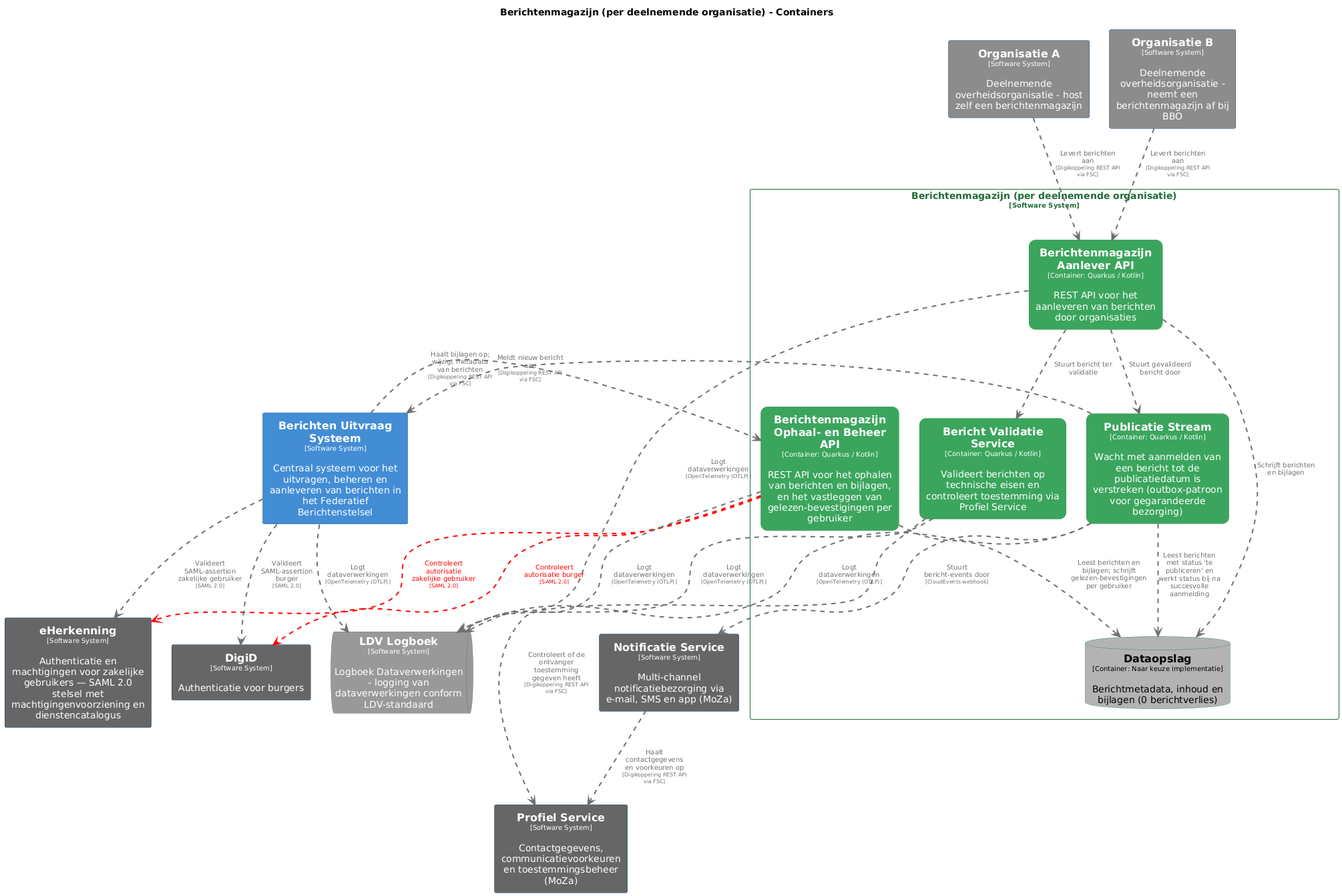
The PlantUML diagram pr-preview/pr-22/master/png/BerichtenmagazijnContainers.png in MinBZK/moza-poc-fbs-berichtenbox, before a commit.
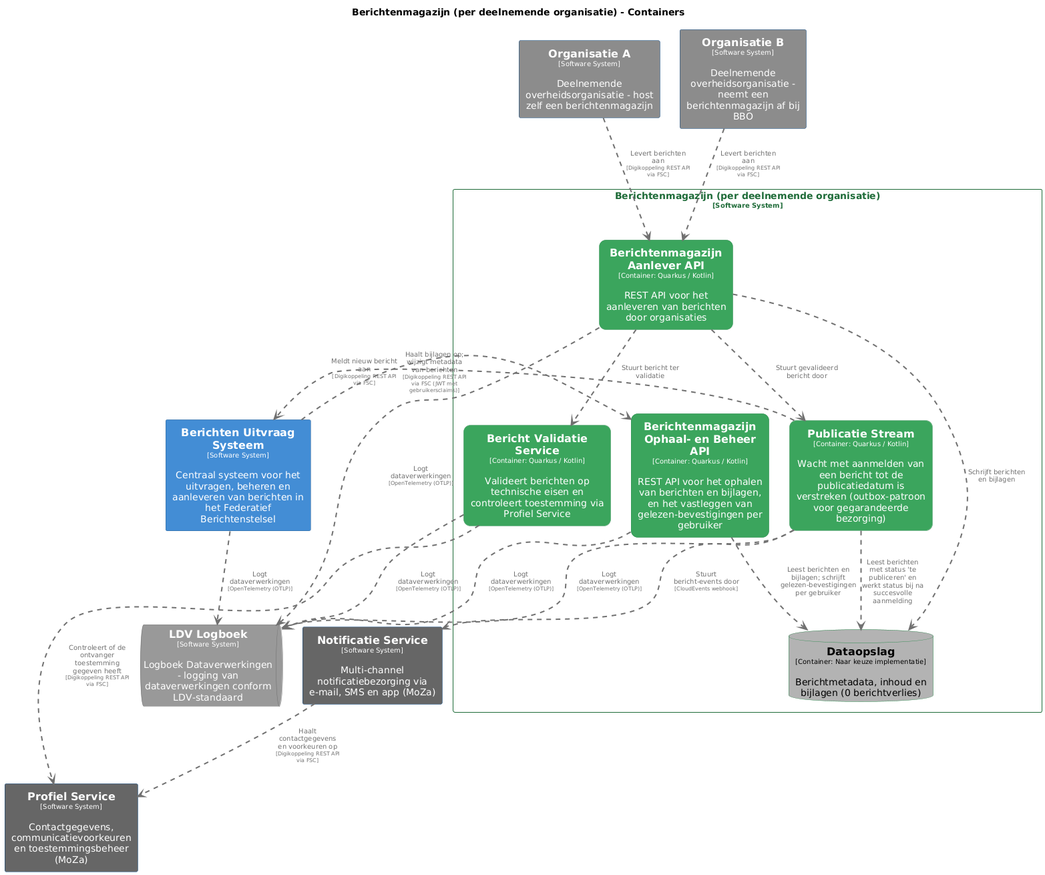
After the change.

Diff of the diagram source:
```diff
@@ -48,12 +48,6 @@
   BorderColor #2d8a4e
   shadowing false
 }
-skinparam rectangle<<DigiD>> {
-  BackgroundColor #666666
-  FontColor #ffffff
-  BorderColor #0b4884
-  shadowing false
-}
 skinparam queue<<LDVLogboek>> {
   BackgroundColor #999999
   FontColor #ffffff
@@ -91,12 +85,6 @@
   roundCorner 20
   shadowing false
 }
-skinparam rectangle<<eHerkenning>> {
-  BackgroundColor #666666
-  FontColor #ffffff
-  BorderColor #0b4884
-  shadowing false
-}
 skinparam rectangle<<Berichtenmagazijnperdeelnemendeorganisatie>> {
   BorderColor #1e6b38
   FontColor #1e6b38
@@ -105,8 +93,6 @@
 
 rectangle "==Profiel Service\n<size:10>[Software System]</size>\n\nContactgegevens, communicatievoorkeuren en toestemmingsbeheer (MoZa)" <<ProfielService>> as ProfielService
 rectangle "==Notificatie Service\n<size:10>[Software System]</size>\n\nMulti-channel notificatiebezorging via e-mail, SMS en app (MoZa)" <<NotificatieService>> as NotificatieService
-rectangle "==eHerkenning\n<size:10>[Software System]</size>\n\nAuthenticatie en machtigingen voor zakelijke gebruikers — SAML 2.0 stelsel met machtigingenvoorziening en dienstencatalogus" <<eHerkenning>> as eHerkenning
-rectangle "==DigiD\n<size:10>[Software System]</size>\n\nAuthenticatie voor burgers" <<DigiD>> as DigiD
 rectangle "==Organisatie A\n<size:10>[Software System]</size>\n\nDeelnemende overheidsorganisatie - host zelf een berichtenmagazijn" <<OrganisatieA>> as OrganisatieA
 rectangle "==Organisatie B\n<size:10>[Software System]</size>\n\nDeelnemende overheidsorganisatie - neemt een berichtenmagazijn af bij BBO" <<OrganisatieB>> as OrganisatieB
 rectangle "==Berichten Uitvraag Systeem\n<size:10>[Software System]</size>\n\nCentraal systeem voor het uitvragen, beheren en aanleveren van berichten in het Federatief Berichtenstelsel" <<BerichtenUitvraagSysteem>> as BerichtenUitvraagSysteem
@@ -120,8 +106,6 @@
   rectangle "==Publicatie Stream\n<size:10>[Container: Quarkus / Kotlin]</size>\n\nWacht met aanmelden van een bericht tot de publicatiedatum is verstreken (outbox-patroon voor gegarandeerde bezorging)" <<Berichtenmagazijnperdeelnemendeorganisatie.PublicatieStream>> as Berichtenmagazijnperdeelnemendeorganisatie.PublicatieStream
 }
 
-Berichtenmagazijnperdeelnemendeorganisatie.BerichtenmagazijnOphaalenBeheerAPI .[#ff0000,thickness=2].> eHerkenning : "<color:#ff0000>Controleert autorisatie zakelijke gebruiker\n<color:#ff0000><size:8>[SAML 2.0]</size>"
-Berichtenmagazijnperdeelnemendeorganisatie.BerichtenmagazijnOphaalenBeheerAPI .[#ff0000,thickness=2].> DigiD : "<color:#ff0000>Controleert autorisatie burger\n<color:#ff0000><size:8>[SAML 2.0]</size>"
 Berichtenmagazijnperdeelnemendeorganisatie.BerichtenmagazijnOphaalenBeheerAPI .[#707070,thickness=2].> LDVLogboek : "<color:#707070>Logt dataverwerkingen\n<color:#707070><size:8>[OpenTelemetry (OTLP)]</size>"
 Berichtenmagazijnperdeelnemendeorganisatie.BerichtenmagazijnAanleverAPI .[#707070,thickness=2].> LDVLogboek : "<color:#707070>Logt dataverwerkingen\n<color:#707070><size:8>[OpenTelemetry (OTLP)]</size>"
 Berichtenmagazijnperdeelnemendeorganisatie.BerichtValidatieService .[#707070,thickness=2].> LDVLogboek : "<color:#707070>Logt dataverwerkingen\n<color:#707070><size:8>[OpenTelemetry (OTLP)]</size>"
@@ -132,9 +116,7 @@
 Berichtenmagazijnperdeelnemendeorganisatie.BerichtenmagazijnAanleverAPI .[#707070,thickness=2].> Berichtenmagazijnperdeelnemendeorganisatie.BerichtValidatieService : "<color:#707070>Stuurt bericht ter validatie"
 Berichtenmagazijnperdeelnemendeorganisatie.BerichtenmagazijnAanleverAPI .[#707070,thickness=2].> Berichtenmagazijnperdeelnemendeorganisatie.PublicatieStream : "<color:#707070>Stuurt gevalideerd bericht door"
 Berichtenmagazijnperdeelnemendeorganisatie.PublicatieStream .[#707070,thickness=2].> Berichtenmagazijnperdeelnemendeorganisatie.Dataopslag : "<color:#707070>Leest berichten met status 'te publiceren' en werkt status bij na succesvolle aanmelding"
-BerichtenUitvraagSysteem .[#707070,thickness=2].> eHerkenning : "<color:#707070>Valideert SAML-assertion zakelijke gebruiker\n<color:#707070><size:8>[SAML 2.0]</size>"
-BerichtenUitvraagSysteem .[#707070,thickness=2].> DigiD : "<color:#707070>Valideert SAML-assertion burger\n<color:#707070><size:8>[SAML 2.0]</size>"
-BerichtenUitvraagSysteem .[#707070,thickness=2].> Berichtenmagazijnperdeelnemendeorganisatie.BerichtenmagazijnOphaalenBeheerAPI : "<color:#707070>Haalt bijlagen op; wijzigt metadata van berichten\n<color:#707070><size:8>[Digikoppeling REST API via FSC]</size>"
+BerichtenUitvraagSysteem .[#707070,thickness=2].> Berichtenmagazijnperdeelnemendeorganisatie.BerichtenmagazijnOphaalenBeheerAPI : "<color:#707070>Haalt bijlagen op; wijzigt metadata van berichten\n<color:#707070><size:8>[Digikoppeling REST API via FSC (JWT met gebruikersclaims)]</size>"
 Berichtenmagazijnperdeelnemendeorganisatie.PublicatieStream .[#707070,thickness=2].> BerichtenUitvraagSysteem : "<color:#707070>Meldt nieuw bericht aan\n<color:#707070><size:8>[Digikoppeling REST API via FSC]</size>"
 Berichtenmagazijnperdeelnemendeorganisatie.PublicatieStream .[#707070,thickness=2].> NotificatieService : "<color:#707070>Stuurt bericht-events door\n<color:#707070><size:8>[CloudEvents webhook]</size>"
 NotificatieService .[#707070,thickness=2].> ProfielService : "<color:#707070>Haalt contactgegevens en voorkeuren op\n<color:#707070><size:8>[Digikoppeling REST API via FSC]</size>"
```
